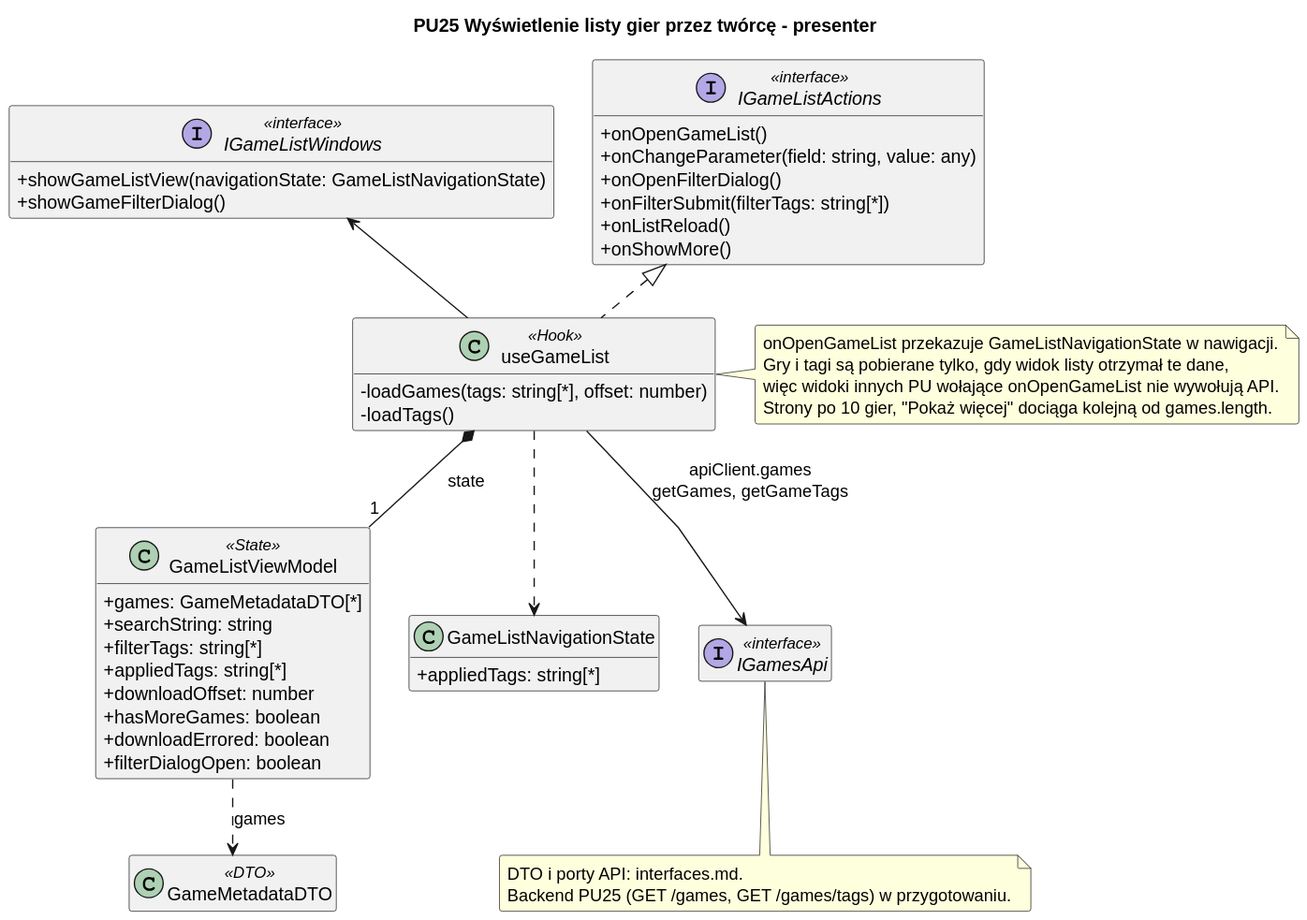
Before: diagrams/frontend/rendered/game-list-presenter.svg, a diagram exported from PlantUML (Igor-Ochocki/POP-2026Z). Source of this version:
```plantuml
@startuml
skinparam classAttributeIconSize 0
skinparam packageStyle rectangle
skinparam shadowing false
skinparam roundcorner 4
skinparam linetype polyline
skinparam nodesep 30
skinparam ranksep 40
hide empty members

title PU25 Wyświetlenie listy gier przez twórcę - presenter

interface IGameListActions <<interface>> {
    + onOpenGameList()
    + onChangeParameter(field: string, value: any)
    + onOpenFilterDialog()
    + onFilterSubmit(filterTags: string[*])
    + onListReload()
    + onShowMore()
}

interface IGameListWindows <<interface>> {
    + showGameListView(navigationState: GameListNavigationState)
    + showGameFilterDialog()
}

class useGameList <<Hook>> {
    - loadGames(tags: string[*], offset: number)
    - loadTags()
}

class GameListViewModel <<State>> {
    + games: GameMetadataDTO[*]
    + searchString: string
    + filterTags: string[*]
    + appliedTags: string[*]
    + downloadOffset: number
    + hasMoreGames: boolean
    + downloadErrored: boolean
    + filterDialogOpen: boolean
}

class GameListNavigationState {
    + appliedTags: string[*]
}

interface IGamesApi <<interface>>
class GameMetadataDTO <<DTO>>

useGameList .u.|> IGameListActions
useGameList -u-> IGameListWindows
useGameList *-- "1" GameListViewModel : state
useGameList ..> GameListNavigationState
GameListViewModel ..> GameMetadataDTO : games
useGameList --> IGamesApi : apiClient.games\ngetGames, getGameTags

note right of useGameList
    onOpenGameList przekazuje GameListNavigationState w nawigacji.
    Gry i tagi są pobierane tylko, gdy widok listy otrzymał te dane,
    więc widoki innych PU wołające onOpenGameList nie wywołują API.
    Strony po 10 gier, "Pokaż więcej" dociąga kolejną od games.length.
end note

note bottom of IGamesApi
    DTO i porty API: interfaces.md.
    Backend PU25 (GET /games, GET /games/tags) w przygotowaniu.
end note
@enduml
```
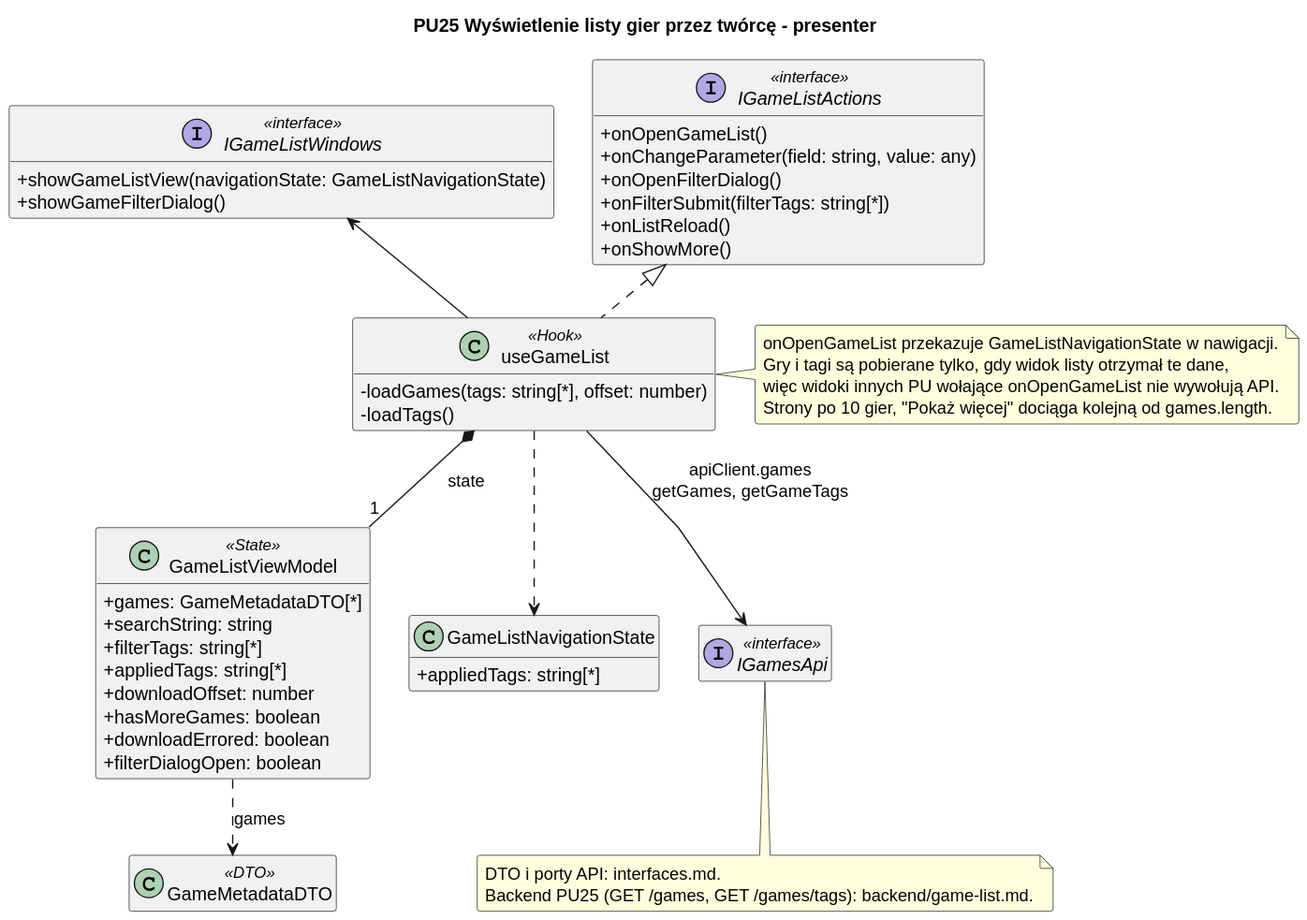
Later version of the same file.

Change to the diagram source:
```diff
@@ -63,6 +63,6 @@
 
 note bottom of IGamesApi
     DTO i porty API: interfaces.md.
-    Backend PU25 (GET /games, GET /games/tags) w przygotowaniu.
+    Backend PU25 (GET /games, GET /games/tags): backend/game-list.md.
 end note
 @enduml
```
